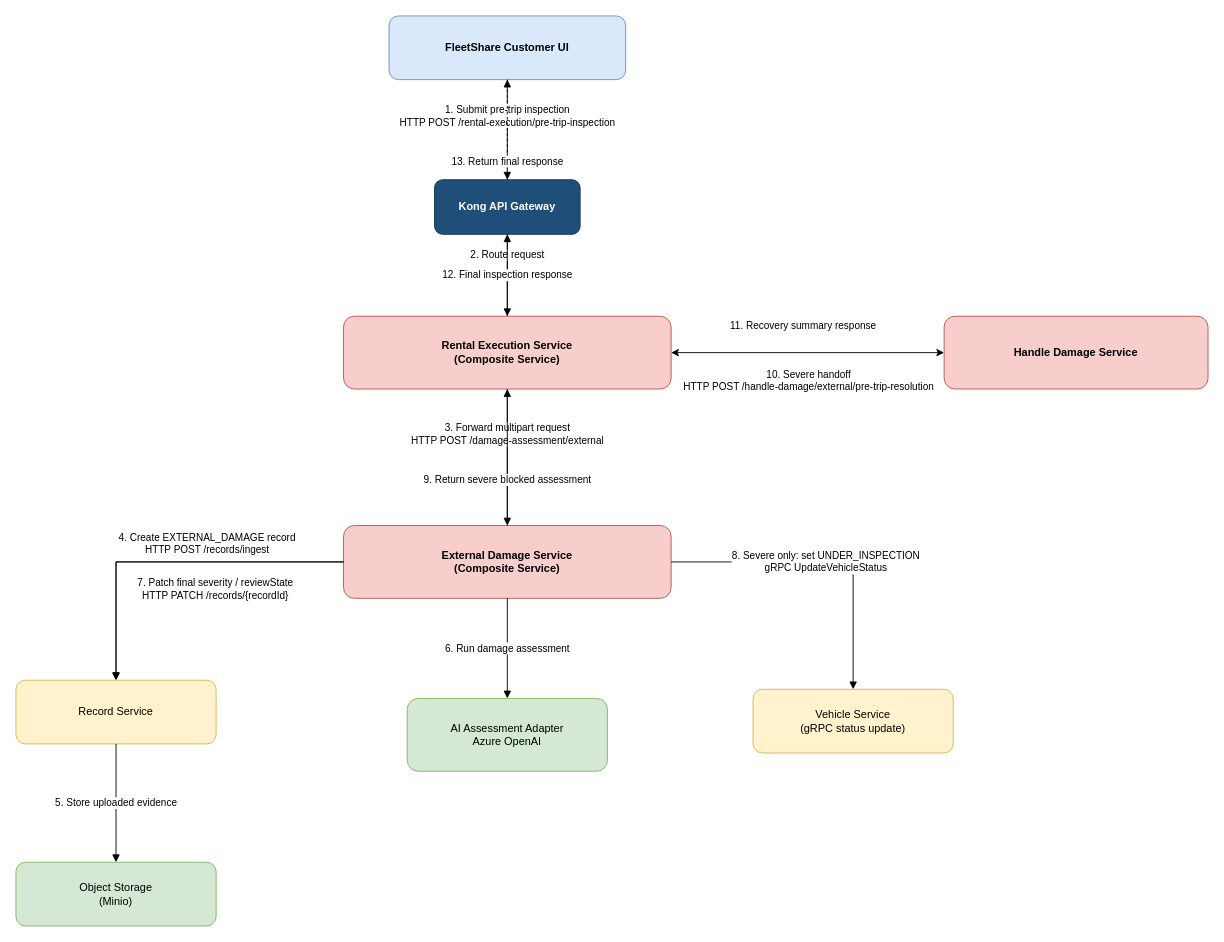
srikartejab/fleetshare keeps this draw.io diagram as docs/report/us2a-pre-trip-external-damage.drawio. Above is the earlier version. Source tidied: cells renumbered, new cells numbered last; positions are measured from the earlier drawing's top-left corner, leaving out a move shared by most shapes. Both pictures are drawn from the tidied source at 91%, with x=0, y=0 at pixel (15, 15).
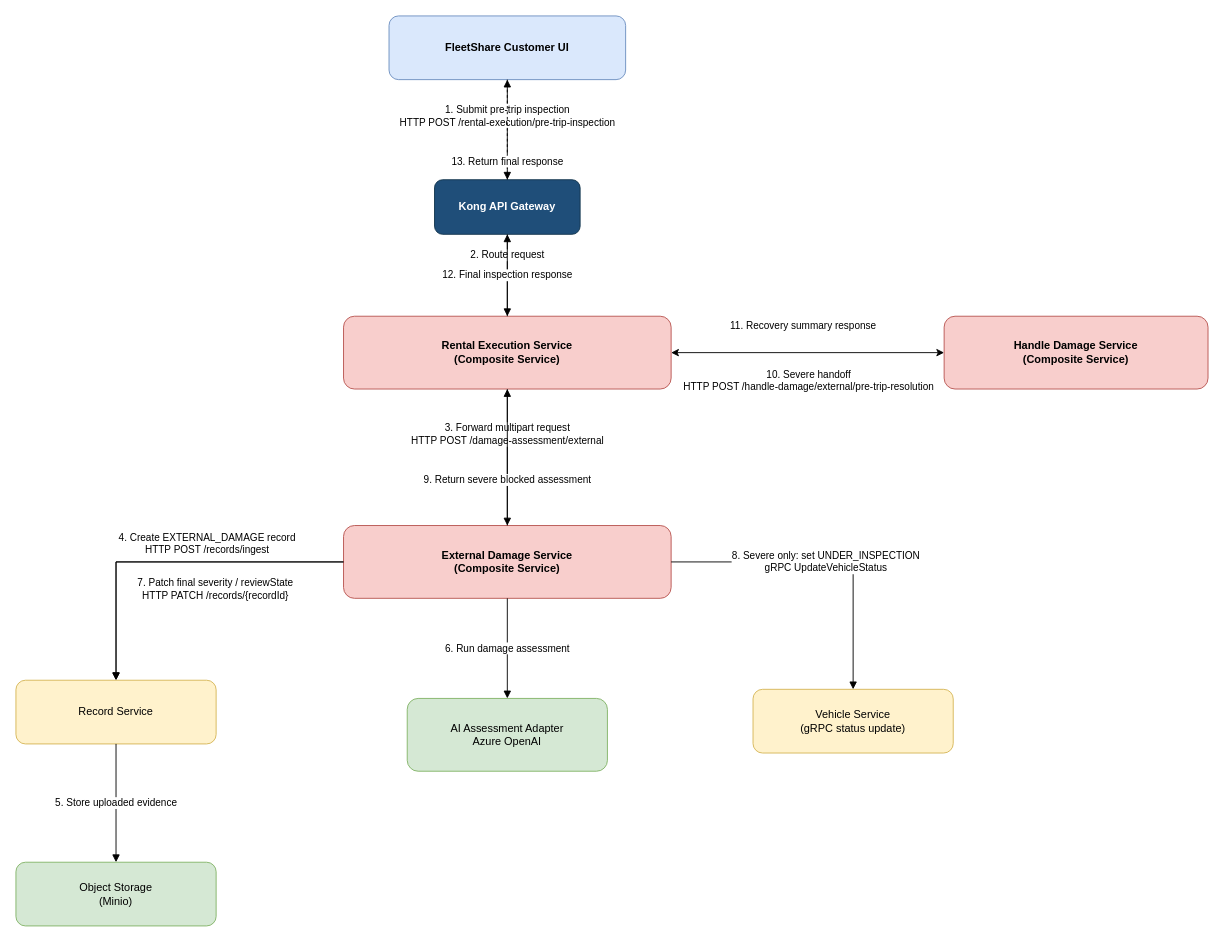
After the change.

What changed in the source:
```diff
@@
-    <mxCell id="10" value="Handle Damage Service" style="rounded=1;whiteSpace=wrap;html=1;fillColor=#f8cecc;strokeColor=#b85450;fontStyle=1;" parent="1" vertex="1">
+    <mxCell id="10" value="Handle Damage Service&lt;div&gt;&lt;span style=&quot;color: rgb(0, 0, 0);&quot;&gt;(Composite Service)&lt;/span&gt;&lt;/div&gt;" style="rounded=1;whiteSpace=wrap;html=1;fillColor=#f8cecc;strokeColor=#b85450;fontStyle=1;" parent="1" vertex="1">
       <mxGeometry x="1020" y="330" width="290" height="80" as="geometry" />
     </mxCell>
```
